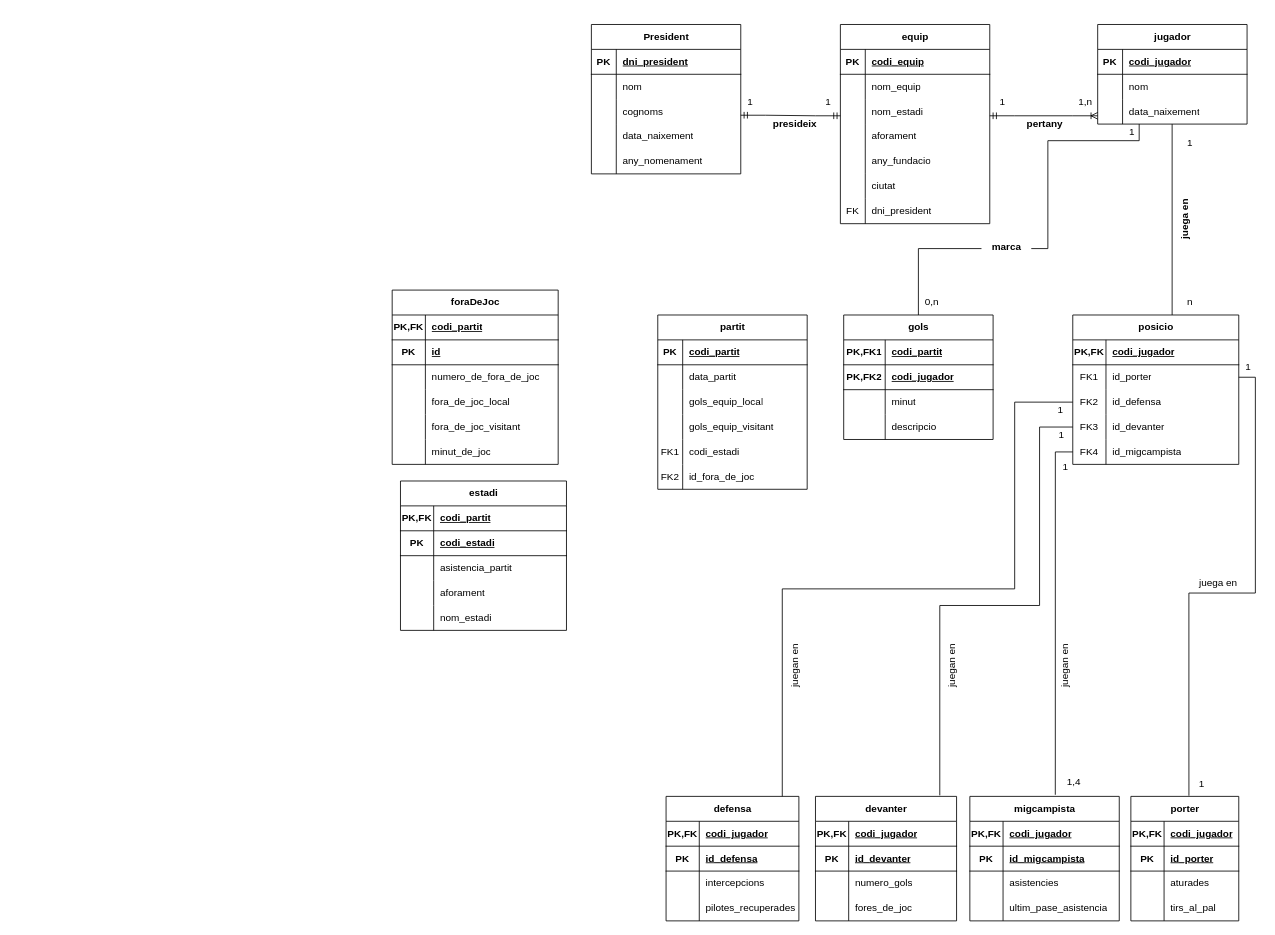
This is M02_RA6.drawio from victor06-git/base_de_dades, a draw.io file, before an edit. Source tidied: cells renumbered, new cells numbered last; positions are measured from the earlier drawing's top-left corner, leaving out a move shared by most shapes. Both pictures are drawn from the tidied source at 83%, with x=0, y=0 at pixel (392, 24).
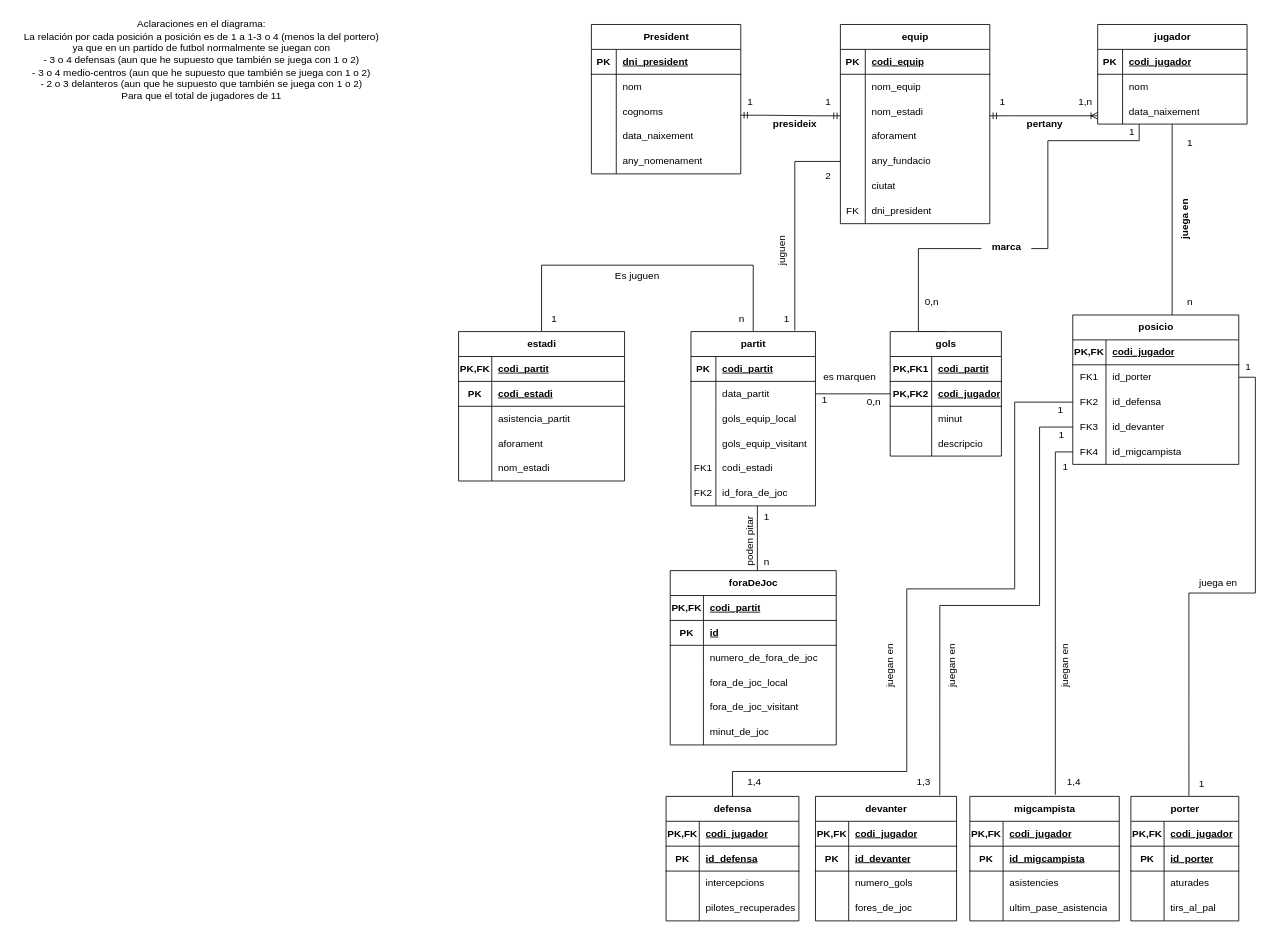
Above is the later version.

Unchanged cells that the change refers to:
```xml
<mxCell id="31" style="shape=tableRow;horizontal=0;startSize=0;swimlaneHead=0;swimlaneBody=0;fillColor=none;points=[[0,0.5],[1,0.5]];portConstraint=eastwest;top=0;left=0;right=0;bottom=0;" parent="18" vertex="1">
  <mxGeometry y="150" width="180" height="30" as="geometry" />
</mxCell>
<mxCell id="59" style="shape=tableRow;horizontal=0;startSize=0;swimlaneHead=0;swimlaneBody=0;fillColor=none;points=[[0,0.5],[1,0.5]];portConstraint=eastwest;top=0;left=0;right=0;bottom=0;" parent="52" vertex="1">
  <mxGeometry y="90" width="200" height="30" as="geometry" />
</mxCell>
<mxCell id="100" value="defensa" style="shape=table;startSize=30;childLayout=tableLayout;rowLines=0;fontStyle=1;align=center;html=1;" parent="1" vertex="1">
  <mxGeometry x="330" y="930" width="160" height="150" as="geometry" />
</mxCell>
```

Change to the diagram source:
```diff
@@
+    <mxCell id="216" style="edgeStyle=orthogonalEdgeStyle;rounded=0;jettySize=auto;html=1;entryX=0.5;entryY=0;entryDx=0;entryDy=0;endArrow=none;endFill=0;" parent="1" edge="1" source="68" target="139">
+      <mxGeometry relative="1" as="geometry">
+        <Array as="points">
+          <mxPoint x="435" y="290" />
+          <mxPoint x="180" y="290" />
+        </Array>
+      </mxGeometry>
+    </mxCell>
     <mxCell id="68" value="partit" style="shape=table;startSize=30;childLayout=tableLayout;rowLines=0;fontStyle=1;align=center;html=1;" parent="1" vertex="1">
-      <mxGeometry x="320" y="350" width="180" height="210" as="geometry" />
+      <mxGeometry x="360" y="370" width="150" height="210" as="geometry" />
     </mxCell>
     <mxCell id="69" style="shape=tableRow;horizontal=0;startSize=0;swimlaneHead=0;swimlaneBody=0;fillColor=none;top=0;left=0;right=0;bottom=1;" parent="68" vertex="1">
-      <mxGeometry y="30" width="180" height="30" as="geometry" />
+      <mxGeometry y="30" width="150" height="30" as="geometry" />
     </mxCell>
@@
     <mxCell id="71" value="codi_partit" style="shape=partialRectangle;fillColor=none;top=0;left=0;bottom=0;right=0;align=left;spacingLeft=6;fontStyle=5;overflow=hidden;whiteSpace=wrap;html=1;" parent="69" vertex="1">
-      <mxGeometry x="30" width="150" height="30" as="geometry" />
+      <mxGeometry x="30" width="120" height="30" as="geometry" />
     </mxCell>
     <mxCell id="72" style="shape=tableRow;horizontal=0;startSize=0;swimlaneHead=0;swimlaneBody=0;fillColor=none;points=[[0,0.5],[1,0.5]];portConstraint=eastwest;top=0;left=0;right=0;bottom=0;" parent="68" vertex="1">
-      <mxGeometry y="60" width="180" height="30" as="geometry" />
+      <mxGeometry y="60" width="150" height="30" as="geometry" />
     </mxCell>
@@
     <mxCell id="74" value="data_partit" style="shape=partialRectangle;fillColor=none;top=0;left=0;bottom=0;right=0;align=left;spacingLeft=6;overflow=hidden;whiteSpace=wrap;html=1;" parent="72" vertex="1">
-      <mxGeometry x="30" width="150" height="30" as="geometry" />
+      <mxGeometry x="30" width="120" height="30" as="geometry" />
     </mxCell>
     <mxCell id="75" style="shape=tableRow;horizontal=0;startSize=0;swimlaneHead=0;swimlaneBody=0;fillColor=none;top=0;left=0;right=0;bottom=0;" parent="68" vertex="1">
-      <mxGeometry y="90" width="180" height="30" as="geometry" />
+      <mxGeometry y="90" width="150" height="30" as="geometry" />
     </mxCell>
@@
     <mxCell id="77" value="gols_equip_local" style="shape=partialRectangle;fillColor=none;top=0;left=0;bottom=0;right=0;align=left;spacingLeft=6;overflow=hidden;whiteSpace=wrap;html=1;" parent="75" vertex="1">
-      <mxGeometry x="30" width="150" height="30" as="geometry" />
+      <mxGeometry x="30" width="120" height="30" as="geometry" />
     </mxCell>
     <mxCell id="78" style="shape=tableRow;horizontal=0;startSize=0;swimlaneHead=0;swimlaneBody=0;fillColor=none;top=0;left=0;right=0;bottom=0;" parent="68" vertex="1">
-      <mxGeometry y="120" width="180" height="30" as="geometry" />
+      <mxGeometry y="120" width="150" height="30" as="geometry" />
     </mxCell>
@@
     <mxCell id="80" value="gols_equip_visitant" style="shape=partialRectangle;fillColor=none;top=0;left=0;bottom=0;right=0;align=left;spacingLeft=6;overflow=hidden;whiteSpace=wrap;html=1;" parent="78" vertex="1">
-      <mxGeometry x="30" width="150" height="30" as="geometry" />
+      <mxGeometry x="30" width="120" height="30" as="geometry" />
     </mxCell>
     <mxCell id="81" style="shape=tableRow;horizontal=0;startSize=0;swimlaneHead=0;swimlaneBody=0;fillColor=none;top=0;left=0;right=0;bottom=0;" parent="68" vertex="1">
-      <mxGeometry y="150" width="180" height="30" as="geometry" />
+      <mxGeometry y="150" width="150" height="30" as="geometry" />
     </mxCell>
@@
     <mxCell id="83" value="codi_estadi" style="shape=partialRectangle;fillColor=none;top=0;left=0;bottom=0;right=0;align=left;spacingLeft=6;overflow=hidden;whiteSpace=wrap;html=1;" parent="81" vertex="1">
-      <mxGeometry x="30" width="150" height="30" as="geometry" />
+      <mxGeometry x="30" width="120" height="30" as="geometry" />
     </mxCell>
     <mxCell id="84" style="shape=tableRow;horizontal=0;startSize=0;swimlaneHead=0;swimlaneBody=0;fillColor=none;points=[[0,0.5],[1,0.5]];portConstraint=eastwest;top=0;left=0;right=0;bottom=0;" parent="68" vertex="1">
-      <mxGeometry y="180" width="180" height="30" as="geometry" />
+      <mxGeometry y="180" width="150" height="30" as="geometry" />
     </mxCell>
@@
     <mxCell id="86" value="id_fora_de_joc" style="shape=partialRectangle;fillColor=none;top=0;left=0;bottom=0;right=0;align=left;spacingLeft=6;overflow=hidden;whiteSpace=wrap;html=1;" parent="84" vertex="1">
-      <mxGeometry x="30" width="150" height="30" as="geometry" />
+      <mxGeometry x="30" width="120" height="30" as="geometry" />
     </mxCell>
+    <mxCell id="217" style="edgeStyle=orthogonalEdgeStyle;rounded=0;jettySize=auto;html=1;entryX=1;entryY=0.5;entryDx=0;entryDy=0;endArrow=none;endFill=0;" parent="1" edge="1" source="87" target="72">
+      <mxGeometry relative="1" as="geometry" />
+    </mxCell>
     <mxCell id="87" value="gols" style="shape=table;startSize=30;childLayout=tableLayout;rowLines=0;fontStyle=1;align=center;html=1;" parent="1" vertex="1">
-      <mxGeometry x="544" y="350" width="180" height="150" as="geometry" />
+      <mxGeometry x="600" y="370" width="134" height="150" as="geometry" />
     </mxCell>
     <mxCell id="88" style="shape=tableRow;horizontal=0;startSize=0;swimlaneHead=0;swimlaneBody=0;fillColor=none;top=0;left=0;right=0;bottom=1;" parent="87" vertex="1">
-      <mxGeometry y="30" width="180" height="30" as="geometry" />
+      <mxGeometry y="30" width="134" height="30" as="geometry" />
     </mxCell>
@@
     <mxCell id="90" value="codi_partit" style="shape=partialRectangle;fillColor=none;top=0;left=0;bottom=0;right=0;align=left;spacingLeft=6;fontStyle=5;overflow=hidden;whiteSpace=wrap;html=1;" parent="88" vertex="1">
-      <mxGeometry x="50" width="130" height="30" as="geometry" />
+      <mxGeometry x="50" width="84" height="30" as="geometry" />
     </mxCell>
     <mxCell id="91" style="shape=tableRow;horizontal=0;startSize=0;swimlaneHead=0;swimlaneBody=0;fillColor=none;top=0;left=0;right=0;bottom=1;" parent="87" vertex="1">
-      <mxGeometry y="60" width="180" height="30" as="geometry" />
+      <mxGeometry y="60" width="134" height="30" as="geometry" />
     </mxCell>
@@
     <mxCell id="93" value="codi_jugador" style="shape=partialRectangle;fillColor=none;top=0;left=0;bottom=0;right=0;align=left;spacingLeft=6;fontStyle=5;overflow=hidden;whiteSpace=wrap;html=1;" parent="91" vertex="1">
-      <mxGeometry x="50" width="130" height="30" as="geometry" />
+      <mxGeometry x="50" width="84" height="30" as="geometry" />
     </mxCell>
     <mxCell id="94" style="shape=tableRow;horizontal=0;startSize=0;swimlaneHead=0;swimlaneBody=0;fillColor=none;top=0;left=0;right=0;bottom=0;" parent="87" vertex="1">
-      <mxGeometry y="90" width="180" height="30" as="geometry" />
+      <mxGeometry y="90" width="134" height="30" as="geometry" />
     </mxCell>
@@
     <mxCell id="96" value="minut" style="shape=partialRectangle;fillColor=none;top=0;left=0;bottom=0;right=0;align=left;spacingLeft=6;overflow=hidden;whiteSpace=wrap;html=1;" parent="94" vertex="1">
-      <mxGeometry x="50" width="130" height="30" as="geometry" />
+      <mxGeometry x="50" width="84" height="30" as="geometry" />
     </mxCell>
     <mxCell id="97" style="shape=tableRow;horizontal=0;startSize=0;swimlaneHead=0;swimlaneBody=0;fillColor=none;top=0;left=0;right=0;bottom=0;" parent="87" vertex="1">
-      <mxGeometry y="120" width="180" height="30" as="geometry" />
+      <mxGeometry y="120" width="134" height="30" as="geometry" />
     </mxCell>
@@
     <mxCell id="99" value="descripcio" style="shape=partialRectangle;fillColor=none;top=0;left=0;bottom=0;right=0;align=left;spacingLeft=6;overflow=hidden;whiteSpace=wrap;html=1;" parent="97" vertex="1">
-      <mxGeometry x="50" width="130" height="30" as="geometry" />
+      <mxGeometry x="50" width="84" height="30" as="geometry" />
     </mxCell>
@@
     <mxCell id="139" value="estadi" style="shape=table;startSize=30;childLayout=tableLayout;rowLines=0;fontStyle=1;align=center;html=1;" parent="1" vertex="1">
-      <mxGeometry x="10" y="550" width="200" height="180" as="geometry" />
+      <mxGeometry x="80" y="370" width="200" height="180" as="geometry" />
     </mxCell>
@@
     <mxCell id="155" value="foraDeJoc" style="shape=table;startSize=30;childLayout=tableLayout;rowLines=0;fontStyle=1;align=center;html=1;" parent="1" vertex="1">
-      <mxGeometry y="320" width="200" height="210" as="geometry" />
+      <mxGeometry x="335" y="658" width="200" height="210" as="geometry" />
     </mxCell>
@@
     <mxCell id="203" style="edgeStyle=orthogonalEdgeStyle;rounded=0;jettySize=auto;html=1;endArrow=none;endFill=0;" parent="1" edge="1" source="59" target="100">
       <mxGeometry relative="1" as="geometry">
         <Array as="points">
           <mxPoint x="750" y="455" />
           <mxPoint x="750" y="680" />
-          <mxPoint x="470" y="680" />
+          <mxPoint x="620" y="680" />
+          <mxPoint x="620" y="900" />
+          <mxPoint x="410" y="900" />
         </Array>
       </mxGeometry>
     </mxCell>
@@
     <mxCell id="215" value="juegan en " style="text;html=1;align=center;verticalAlign=middle;strokeColor=none;fillColor=none;rotation=-90;" parent="1" vertex="1">
-      <mxGeometry x="446" y="758" width="80" height="30" as="geometry" />
+      <mxGeometry x="560" y="758" width="80" height="30" as="geometry" />
     </mxCell>
+    <mxCell id="218" value="1,3" style="text;html=1;align=center;verticalAlign=middle;strokeColor=none;fillColor=none;" parent="1" vertex="1">
+      <mxGeometry x="620" y="898" width="40" height="30" as="geometry" />
+    </mxCell>
+    <mxCell id="219" value="1,4" style="text;html=1;align=center;verticalAlign=middle;strokeColor=none;fillColor=none;" parent="1" vertex="1">
+      <mxGeometry x="416" y="898" width="40" height="30" as="geometry" />
+    </mxCell>
+    <mxCell id="220" value="0,n" style="text;html=1;align=center;verticalAlign=middle;strokeColor=none;fillColor=none;" parent="1" vertex="1">
+      <mxGeometry x="560" y="440" width="40" height="30" as="geometry" />
+    </mxCell>
+    <mxCell id="221" value="1" style="text;html=1;align=center;verticalAlign=middle;strokeColor=none;fillColor=none;" parent="1" vertex="1">
+      <mxGeometry x="506" y="438" width="30" height="30" as="geometry" />
+    </mxCell>
+    <mxCell id="222" value="es marquen" style="text;html=1;align=center;verticalAlign=middle;strokeColor=none;fillColor=none;" parent="1" vertex="1">
+      <mxGeometry x="506" y="410" width="90" height="30" as="geometry" />
+    </mxCell>
+    <mxCell id="223" style="edgeStyle=orthogonalEdgeStyle;rounded=0;jettySize=auto;html=1;entryX=0.834;entryY=-0.006;entryDx=0;entryDy=0;entryPerimeter=0;endArrow=none;endFill=0;" parent="1" edge="1" source="31" target="68">
+      <mxGeometry relative="1" as="geometry" />
+    </mxCell>
+    <mxCell id="224" value="2" style="text;html=1;align=center;verticalAlign=middle;strokeColor=none;fillColor=none;" parent="1" vertex="1">
+      <mxGeometry x="510" y="168" width="30" height="30" as="geometry" />
+    </mxCell>
+    <mxCell id="225" value="1" style="text;html=1;align=center;verticalAlign=middle;strokeColor=none;fillColor=none;" parent="1" vertex="1">
+      <mxGeometry x="460" y="340" width="30" height="30" as="geometry" />
+    </mxCell>
+    <mxCell id="226" value="juguen" style="text;html=1;align=center;verticalAlign=middle;strokeColor=none;fillColor=none;rotation=-90;" parent="1" vertex="1">
+      <mxGeometry x="440" y="258" width="60" height="30" as="geometry" />
+    </mxCell>
+    <mxCell id="227" style="edgeStyle=orthogonalEdgeStyle;rounded=0;jettySize=auto;html=1;entryX=0.525;entryY=0.001;entryDx=0;entryDy=0;entryPerimeter=0;endArrow=none;endFill=0;" parent="1" edge="1" source="84" target="155">
+      <mxGeometry relative="1" as="geometry">
+        <Array as="points">
+          <mxPoint x="440" y="590" />
+          <mxPoint x="440" y="590" />
+        </Array>
+      </mxGeometry>
+    </mxCell>
+    <mxCell id="228" value="1" style="text;html=1;align=center;verticalAlign=middle;strokeColor=none;fillColor=none;" parent="1" vertex="1">
+      <mxGeometry x="436" y="578" width="30" height="30" as="geometry" />
+    </mxCell>
+    <mxCell id="229" value="n" style="text;html=1;align=center;verticalAlign=middle;strokeColor=none;fillColor=none;" parent="1" vertex="1">
+      <mxGeometry x="436" y="633" width="30" height="30" as="geometry" />
+    </mxCell>
+    <mxCell id="230" value="poden pitar" style="text;html=1;align=center;verticalAlign=middle;strokeColor=none;fillColor=none;rotation=-90;" parent="1" vertex="1">
+      <mxGeometry x="391" y="608" width="80" height="30" as="geometry" />
+    </mxCell>
+    <mxCell id="231" value="n" style="text;html=1;align=center;verticalAlign=middle;strokeColor=none;fillColor=none;" parent="1" vertex="1">
+      <mxGeometry x="406" y="340" width="30" height="30" as="geometry" />
+    </mxCell>
+    <mxCell id="232" value="1" style="text;html=1;align=center;verticalAlign=middle;strokeColor=none;fillColor=none;" parent="1" vertex="1">
+      <mxGeometry x="180" y="340" width="30" height="30" as="geometry" />
+    </mxCell>
+    <mxCell id="233" value="Es juguen" style="text;html=1;align=center;verticalAlign=middle;strokeColor=none;fillColor=none;" parent="1" vertex="1">
+      <mxGeometry x="255" y="288" width="80" height="30" as="geometry" />
+    </mxCell>
+    <mxCell id="234" value="&lt;div&gt;Aclaraciones en el diagrama:&lt;/div&gt;&lt;div&gt;La relación por cada posición a posición es de 1 a 1-3 o 4 (menos la del portero)&lt;/div&gt;&lt;div&gt;ya que en un partido de futbol normalmente se juegan con &lt;br&gt;&lt;/div&gt;&lt;div&gt;- 3 o 4 defensas (aun que he supuesto que también se juega con 1 o 2)&lt;br&gt;&lt;/div&gt;&lt;div&gt;- 3 o 4 medio-centros (aun que he supuesto que también se juega con 1 o 2)&lt;/div&gt;&lt;div&gt;- 2 o 3 delanteros (aun que he supuesto que también se juega con 1 o 2)&lt;/div&gt;&lt;div&gt;Para que el total de jugadores de 11&lt;br&gt;&lt;/div&gt;" style="text;html=1;align=center;verticalAlign=middle;strokeColor=none;fillColor=none;" parent="1" vertex="1">
+      <mxGeometry x="-455" y="-12" width="450" height="110" as="geometry" />
+    </mxCell>
```
